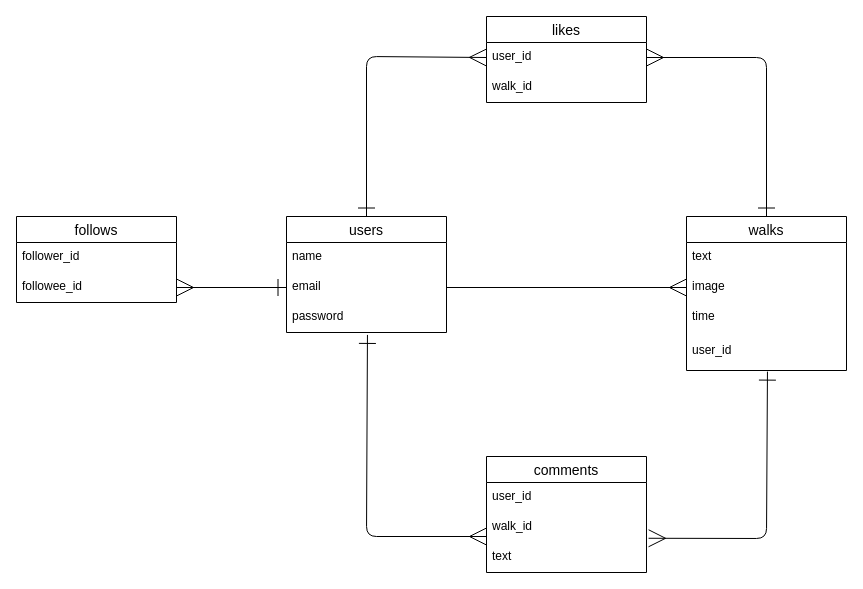
y-takamatu/morning-walk keeps this draw.io diagram as morning-walk.dio. Above is the earlier version. Source tidied: cells renumbered, new cells numbered last; positions are measured from the earlier drawing's top-left corner, leaving out a move shared by most shapes. Both pictures are drawn from the tidied source at 100%, with x=0, y=0 at pixel (16, 16).
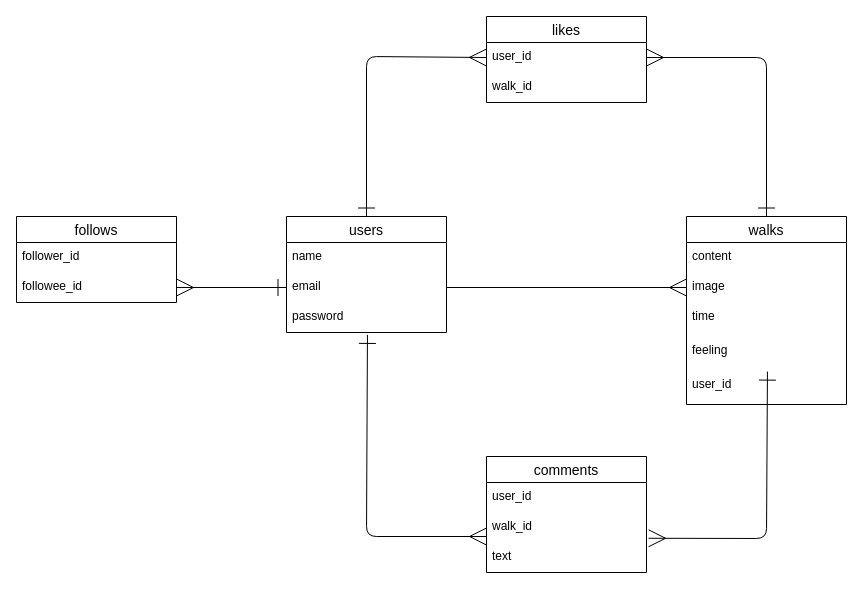
After the change.

Change to the diagram source:
```diff
@@
     <mxCell id="12" value="walks" style="swimlane;fontStyle=0;horizontal=1;startSize=26;align=center;fontSize=14;" parent="1" vertex="1">
-      <mxGeometry x="670" y="200" width="160" height="154" as="geometry" />
+      <mxGeometry x="670" y="200" width="160" height="188" as="geometry" />
     </mxCell>
-    <mxCell id="13" value="text" style="text;strokeColor=none;fillColor=none;spacingLeft=4;spacingRight=4;overflow=hidden;fontSize=12;" parent="12" vertex="1">
+    <mxCell id="13" value="content" style="text;strokeColor=none;fillColor=none;spacingLeft=4;spacingRight=4;overflow=hidden;fontSize=12;" parent="12" vertex="1">
       <mxGeometry y="26" width="160" height="30" as="geometry" />
     </mxCell>
@@
-    <mxCell id="16" value="user_id&#10;" style="text;strokeColor=none;fillColor=none;spacingLeft=4;spacingRight=4;overflow=hidden;points=[[0,0.5],[1,0.5]];portConstraint=eastwest;fontSize=12;" parent="12" vertex="1">
+    <mxCell id="16" value="feeling" style="text;strokeColor=none;fillColor=none;spacingLeft=4;spacingRight=4;overflow=hidden;points=[[0,0.5],[1,0.5]];portConstraint=eastwest;fontSize=12;" parent="12" vertex="1">
       <mxGeometry y="120" width="160" height="34" as="geometry" />
     </mxCell>
+    <mxCell id="27" value="user_id&#10;" style="text;strokeColor=none;fillColor=none;spacingLeft=4;spacingRight=4;overflow=hidden;fontSize=12;" parent="12" vertex="1">
+      <mxGeometry y="154" width="160" height="34" as="geometry" />
+    </mxCell>
```
